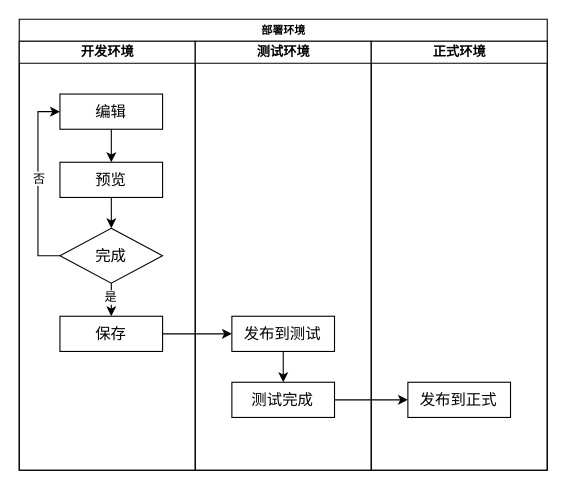
Earlier version of the draw.io diagram flow.drawio (ning2090/flow). Source tidied: cells renumbered, new cells numbered last; positions are measured from the earlier drawing's top-left corner, leaving out a move shared by most shapes. Both pictures are drawn from the tidied source at 110%, with x=0, y=0 at pixel (19, 19).
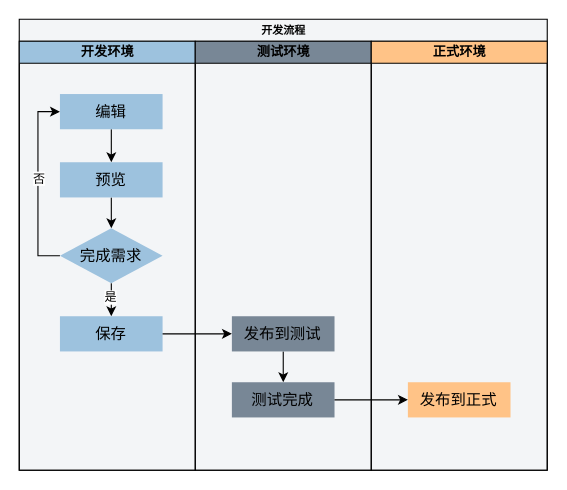
The same diagram, later.

Diff of the diagram source:
```diff
@@
-    <mxCell id="2" value="&lt;font style=&quot;font-size: 10px;&quot;&gt;部署环境&lt;/font&gt;" style="swimlane;html=1;startSize=20;rounded=0;shadow=0;labelBackgroundColor=none;strokeWidth=1;fontFamily=Verdana;fontSize=8;align=center;" parent="1" vertex="1">
+    <mxCell id="2" value="&lt;font style=&quot;font-size: 10px;&quot;&gt;开发流程&lt;/font&gt;" style="swimlane;html=1;startSize=20;rounded=0;shadow=0;labelBackgroundColor=none;strokeWidth=1;fontFamily=Verdana;fontSize=8;align=center;fillColor=#f3f5f7;strokeColor=default;swimlaneFillColor=#f3f5f7;" parent="1" vertex="1">
       <mxGeometry width="480" height="410" as="geometry" />
     </mxCell>
-    <mxCell id="3" value="&lt;font style=&quot;font-size: 12px;&quot;&gt;开发环境&lt;/font&gt;" style="swimlane;html=1;startSize=20;" parent="2" vertex="1">
+    <mxCell id="3" value="&lt;font style=&quot;font-size: 12px;&quot;&gt;开发环境&lt;/font&gt;" style="swimlane;html=1;startSize=20;fillColor=#9DC2DE;" parent="2" vertex="1">
       <mxGeometry y="20" width="160" height="390" as="geometry" />
     </mxCell>
@@
-    <mxCell id="5" value="&lt;font style=&quot;font-size: 14px;&quot;&gt;编辑&lt;/font&gt;" style="rounded=0;whiteSpace=wrap;html=1;shadow=0;labelBackgroundColor=none;strokeWidth=1;fontFamily=Verdana;fontSize=8;align=center;" parent="3" vertex="1">
+    <mxCell id="5" value="&lt;font style=&quot;font-size: 14px;&quot;&gt;编辑&lt;/font&gt;" style="rounded=0;whiteSpace=wrap;html=1;shadow=0;labelBackgroundColor=none;strokeWidth=1;fontFamily=Verdana;fontSize=8;align=center;strokeColor=none;fillColor=#9DC2DE;" parent="3" vertex="1">
       <mxGeometry x="37" y="48" width="93.3" height="32" as="geometry" />
     </mxCell>
@@
-    <mxCell id="7" value="&lt;font style=&quot;font-size: 14px;&quot;&gt;预览&lt;/font&gt;" style="rounded=0;whiteSpace=wrap;html=1;shadow=0;labelBackgroundColor=none;strokeWidth=1;fontFamily=Verdana;fontSize=8;align=center;glass=0;" parent="3" vertex="1">
+    <mxCell id="7" value="&lt;font style=&quot;font-size: 14px;&quot;&gt;预览&lt;/font&gt;" style="rounded=0;whiteSpace=wrap;html=1;shadow=0;labelBackgroundColor=none;strokeWidth=1;fontFamily=Verdana;fontSize=8;align=center;glass=0;strokeColor=none;fillColor=#9DC2DE;" parent="3" vertex="1">
       <mxGeometry x="37" y="110" width="93.3" height="32" as="geometry" />
     </mxCell>
@@
-    <mxCell id="12" value="&lt;font style=&quot;font-size: 14px;&quot;&gt;完成&lt;/font&gt;" style="rhombus;whiteSpace=wrap;html=1;rounded=0;shadow=0;labelBackgroundColor=none;strokeWidth=1;fontFamily=Verdana;fontSize=8;align=center;" parent="3" vertex="1">
+    <mxCell id="12" value="&lt;font style=&quot;font-size: 14px;&quot;&gt;完成需求&lt;/font&gt;" style="rhombus;whiteSpace=wrap;html=1;rounded=0;shadow=0;labelBackgroundColor=none;strokeWidth=1;fontFamily=Verdana;fontSize=8;align=center;strokeColor=none;fillColor=#9DC2DE;" parent="3" vertex="1">
       <mxGeometry x="37" y="170" width="93.3" height="50" as="geometry" />
     </mxCell>
-    <mxCell id="13" value="&lt;span style=&quot;font-size: 14px;&quot;&gt;保存&lt;/span&gt;" style="rounded=0;whiteSpace=wrap;html=1;shadow=0;labelBackgroundColor=none;strokeWidth=1;fontFamily=Verdana;fontSize=8;align=center;glass=0;" parent="3" vertex="1">
+    <mxCell id="13" value="&lt;span style=&quot;font-size: 14px;&quot;&gt;保存&lt;/span&gt;" style="rounded=0;whiteSpace=wrap;html=1;shadow=0;labelBackgroundColor=none;strokeWidth=1;fontFamily=Verdana;fontSize=8;align=center;glass=0;strokeColor=none;fillColor=#9DC2DE;" parent="3" vertex="1">
       <mxGeometry x="37" y="250" width="93.3" height="32" as="geometry" />
     </mxCell>
-    <mxCell id="14" value="测试环境" style="swimlane;html=1;startSize=20;" parent="2" vertex="1">
+    <mxCell id="14" value="测试环境" style="swimlane;html=1;startSize=20;fillColor=#788796;" parent="2" vertex="1">
       <mxGeometry x="160" y="20" width="160" height="390" as="geometry" />
     </mxCell>
@@
-    <mxCell id="16" value="&lt;span style=&quot;font-size: 14px;&quot;&gt;发布到测试&lt;/span&gt;" style="rounded=0;whiteSpace=wrap;html=1;shadow=0;labelBackgroundColor=none;strokeWidth=1;fontFamily=Verdana;fontSize=8;align=center;glass=0;" parent="14" vertex="1">
+    <mxCell id="16" value="&lt;span style=&quot;font-size: 14px;&quot;&gt;发布到测试&lt;/span&gt;" style="rounded=0;whiteSpace=wrap;html=1;shadow=0;labelBackgroundColor=none;strokeWidth=1;fontFamily=Verdana;fontSize=8;align=center;glass=0;fillColor=#788796;strokeColor=none;" parent="14" vertex="1">
       <mxGeometry x="33.3" y="250" width="93.3" height="32" as="geometry" />
     </mxCell>
-    <mxCell id="17" value="&lt;span style=&quot;font-size: 14px;&quot;&gt;测试完成&lt;/span&gt;" style="rounded=0;whiteSpace=wrap;html=1;shadow=0;labelBackgroundColor=none;strokeWidth=1;fontFamily=Verdana;fontSize=8;align=center;glass=0;" parent="14" vertex="1">
+    <mxCell id="17" value="&lt;span style=&quot;font-size: 14px;&quot;&gt;测试完成&lt;/span&gt;" style="rounded=0;whiteSpace=wrap;html=1;shadow=0;labelBackgroundColor=none;strokeWidth=1;fontFamily=Verdana;fontSize=8;align=center;glass=0;strokeColor=none;fillColor=#788796;" parent="14" vertex="1">
       <mxGeometry x="33.3" y="310" width="93.3" height="32" as="geometry" />
     </mxCell>
-    <mxCell id="18" value="正式环境" style="swimlane;html=1;startSize=20;" parent="2" vertex="1">
+    <mxCell id="18" value="正式环境" style="swimlane;html=1;startSize=20;fillColor=#FFC387;" parent="2" vertex="1">
       <mxGeometry x="320" y="20" width="160" height="390" as="geometry" />
     </mxCell>
-    <mxCell id="19" value="&lt;span style=&quot;font-size: 14px;&quot;&gt;发布到正式&lt;/span&gt;" style="rounded=0;whiteSpace=wrap;html=1;shadow=0;labelBackgroundColor=none;strokeWidth=1;fontFamily=Verdana;fontSize=8;align=center;glass=0;" parent="18" vertex="1">
+    <mxCell id="19" value="&lt;span style=&quot;font-size: 14px;&quot;&gt;发布到正式&lt;/span&gt;" style="rounded=0;whiteSpace=wrap;html=1;shadow=0;labelBackgroundColor=none;strokeWidth=1;fontFamily=Verdana;fontSize=8;align=center;glass=0;strokeColor=none;fillColor=#FFC387;" parent="18" vertex="1">
       <mxGeometry x="33.3" y="310" width="93.3" height="32" as="geometry" />
     </mxCell>
```
